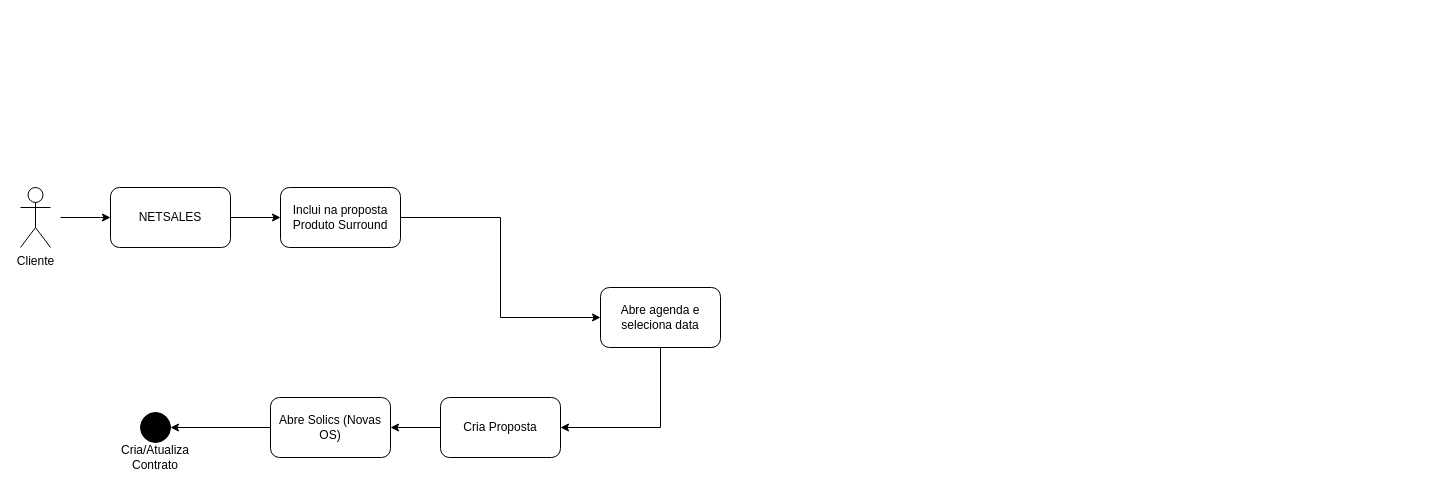
Before: page "v3" (3 of 3) of 123096 Cadastro Alto-falante Surround nos sistemas.drawio in samirali/ClaroBrasil, a draw.io diagram. Source tidied: cells renumbered, new cells numbered last; positions are measured from the earlier drawing's top-left corner, leaving out a move shared by most shapes. Both pictures are drawn from the tidied source at 100%, with x=0, y=0 at pixel (20, 187).
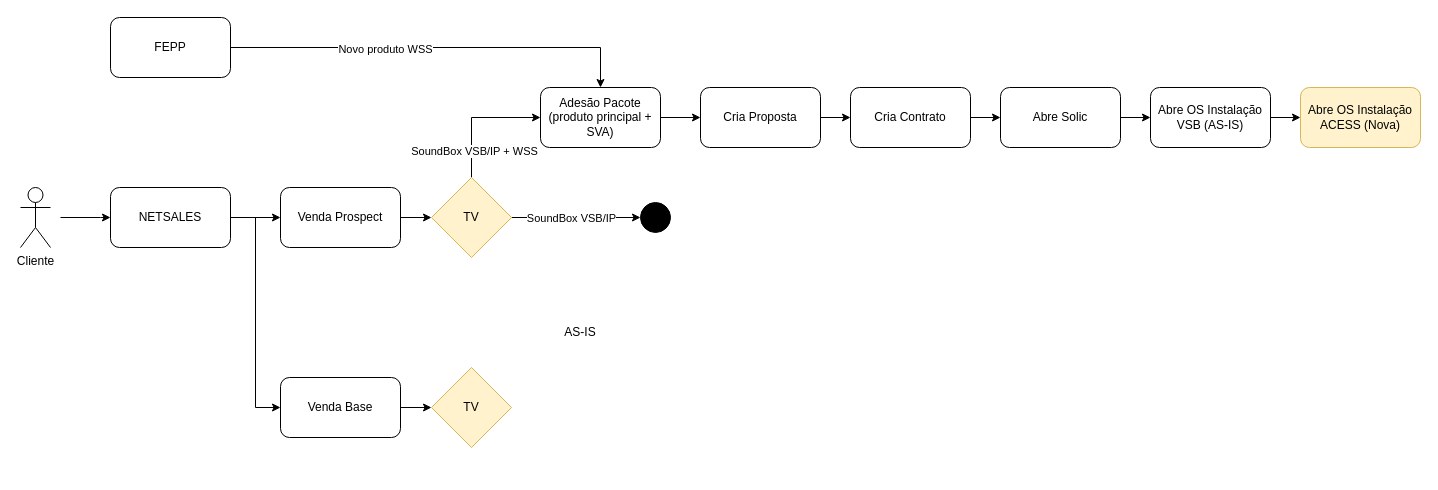
After the change.

The change refers to these unchanged cells:
```xml
<mxCell id="5" value="NETSALES" style="rounded=1;whiteSpace=wrap;html=1;" parent="1" vertex="1">
  <mxGeometry x="90" width="120" height="60" as="geometry" />
</mxCell>
```

The edit, as a diff of the source:
```diff
@@
+    <mxCell id="16" style="edgeStyle=orthogonalEdgeStyle;rounded=0;jettySize=auto;html=1;entryX=0;entryY=0.5;entryDx=0;entryDy=0;" parent="1" edge="1" source="5" target="39">
+      <mxGeometry relative="1" as="geometry" />
+    </mxCell>
@@
-    <mxCell id="6" style="edgeStyle=orthogonalEdgeStyle;rounded=0;jettySize=auto;html=1;entryX=0;entryY=0.5;entryDx=0;entryDy=0;" parent="1" edge="1" source="7" target="9">
-      <mxGeometry relative="1" as="geometry" />
-    </mxCell>
-    <mxCell id="7" value="Inclui na proposta Produto Surround" style="rounded=1;whiteSpace=wrap;html=1;" parent="1" vertex="1">
+    <mxCell id="7" value="Venda Prospect" style="rounded=1;whiteSpace=wrap;html=1;" parent="1" vertex="1">
       <mxGeometry x="260" width="120" height="60" as="geometry" />
     </mxCell>
-    <mxCell id="8" style="edgeStyle=orthogonalEdgeStyle;rounded=0;jettySize=auto;html=1;entryX=1;entryY=0.5;entryDx=0;entryDy=0;" parent="1" edge="1" source="9" target="11">
-      <mxGeometry relative="1" as="geometry">
-        <Array as="points">
-          <mxPoint x="640" y="240" />
-        </Array>
-      </mxGeometry>
-    </mxCell>
-    <mxCell id="9" value="Abre agenda e seleciona data" style="rounded=1;whiteSpace=wrap;html=1;" parent="1" vertex="1">
-      <mxGeometry x="580" y="100" width="120" height="60" as="geometry" />
-    </mxCell>
-    <mxCell id="10" style="edgeStyle=orthogonalEdgeStyle;rounded=0;jettySize=auto;html=1;entryX=1;entryY=0.5;entryDx=0;entryDy=0;" parent="1" edge="1" source="11" target="13">
-      <mxGeometry relative="1" as="geometry" />
-    </mxCell>
+    <mxCell id="17" style="edgeStyle=orthogonalEdgeStyle;rounded=0;jettySize=auto;html=1;entryX=0;entryY=0.5;entryDx=0;entryDy=0;exitX=1;exitY=0.5;exitDx=0;exitDy=0;" parent="1" edge="1" source="21" target="22">
+      <mxGeometry relative="1" as="geometry">
+        <Array as="points">
+          <mxPoint x="590" y="30" />
+          <mxPoint x="590" y="30" />
+        </Array>
+      </mxGeometry>
+    </mxCell>
+    <mxCell id="18" value="SoundBox&amp;nbsp;&lt;span style=&quot;background-color: light-dark(#ffffff, var(--ge-dark-color, #121212)); color: light-dark(rgb(0, 0, 0), rgb(255, 255, 255));&quot;&gt;VSB/IP&lt;/span&gt;" style="edgeLabel;html=1;align=center;verticalAlign=middle;" parent="17" vertex="1">
+      <mxGeometry x="-0.57" y="-2" relative="1" as="geometry">
+        <mxPoint x="31" y="-2" as="offset" />
+      </mxGeometry>
+    </mxCell>
+    <mxCell id="19" style="edgeStyle=orthogonalEdgeStyle;rounded=0;jettySize=auto;html=1;entryX=0;entryY=0.5;entryDx=0;entryDy=0;exitX=0.5;exitY=0;exitDx=0;exitDy=0;" parent="1" edge="1" source="21" target="25">
+      <mxGeometry relative="1" as="geometry" />
+    </mxCell>
+    <mxCell id="20" value="SoundBox VSB/IP + WSS" style="edgeLabel;html=1;align=center;verticalAlign=middle;" parent="19" vertex="1">
+      <mxGeometry x="-0.58" y="-2" relative="1" as="geometry" />
+    </mxCell>
+    <mxCell id="21" value="TV" style="rhombus;whiteSpace=wrap;html=1;fillColor=#fff2cc;strokeColor=#d6b656;" parent="1" vertex="1">
+      <mxGeometry x="411" y="-10" width="80" height="80" as="geometry" />
+    </mxCell>
+    <mxCell id="22" style="ellipse;whiteSpace=wrap;html=1;rounded=1;fillColor=#000000;" parent="1" vertex="1">
+      <mxGeometry x="620" y="15" width="30" height="30" as="geometry" />
+    </mxCell>
+    <mxCell id="23" value="AS-IS" style="text;html=1;align=center;verticalAlign=middle;whiteSpace=wrap;rounded=0;" parent="1" vertex="1">
+      <mxGeometry x="530" y="130" width="60" height="30" as="geometry" />
+    </mxCell>
+    <mxCell id="24" style="edgeStyle=orthogonalEdgeStyle;rounded=0;jettySize=auto;html=1;entryX=0;entryY=0.5;entryDx=0;entryDy=0;" parent="1" edge="1" source="25" target="11">
+      <mxGeometry relative="1" as="geometry" />
+    </mxCell>
+    <mxCell id="25" value="Adesão Pacote (produto principal + SVA)" style="rounded=1;whiteSpace=wrap;html=1;" parent="1" vertex="1">
+      <mxGeometry x="520" y="-100" width="120" height="60" as="geometry" />
+    </mxCell>
+    <mxCell id="26" style="edgeStyle=orthogonalEdgeStyle;rounded=0;jettySize=auto;html=1;entryX=0;entryY=0.5;entryDx=0;entryDy=0;" parent="1" edge="1" source="7" target="21">
+      <mxGeometry relative="1" as="geometry" />
+    </mxCell>
+    <mxCell id="27" style="edgeStyle=orthogonalEdgeStyle;rounded=0;jettySize=auto;html=1;entryX=0;entryY=0.5;entryDx=0;entryDy=0;" parent="1" edge="1" source="11" target="29">
+      <mxGeometry relative="1" as="geometry" />
+    </mxCell>
     <mxCell id="11" value="Cria Proposta" style="rounded=1;whiteSpace=wrap;html=1;" parent="1" vertex="1">
-      <mxGeometry x="420" y="210" width="120" height="60" as="geometry" />
+      <mxGeometry x="680" y="-100" width="120" height="60" as="geometry" />
     </mxCell>
-    <mxCell id="12" style="edgeStyle=orthogonalEdgeStyle;rounded=0;jettySize=auto;html=1;" parent="1" edge="1" source="13" target="14">
-      <mxGeometry relative="1" as="geometry" />
-    </mxCell>
-    <mxCell id="13" value="Abre Solics (Novas OS)" style="rounded=1;whiteSpace=wrap;html=1;" parent="1" vertex="1">
-      <mxGeometry x="250" y="210" width="120" height="60" as="geometry" />
-    </mxCell>
-    <mxCell id="14" style="ellipse;whiteSpace=wrap;html=1;rounded=1;fillColor=#000000;" parent="1" vertex="1">
-      <mxGeometry x="120" y="225" width="30" height="30" as="geometry" />
-    </mxCell>
-    <mxCell id="15" value="Cria/Atualiza Contrato" style="text;html=1;align=center;verticalAlign=middle;whiteSpace=wrap;rounded=0;" parent="1" vertex="1">
-      <mxGeometry x="105" y="255" width="60" height="30" as="geometry" />
-    </mxCell>
+    <mxCell id="28" style="edgeStyle=orthogonalEdgeStyle;rounded=0;jettySize=auto;html=1;entryX=0;entryY=0.5;entryDx=0;entryDy=0;" parent="1" edge="1" source="29" target="31">
+      <mxGeometry relative="1" as="geometry" />
+    </mxCell>
+    <mxCell id="29" value="Cria Contrato" style="rounded=1;whiteSpace=wrap;html=1;" parent="1" vertex="1">
+      <mxGeometry x="830" y="-100" width="120" height="60" as="geometry" />
+    </mxCell>
+    <mxCell id="30" style="edgeStyle=orthogonalEdgeStyle;rounded=0;jettySize=auto;html=1;entryX=0;entryY=0.5;entryDx=0;entryDy=0;" parent="1" edge="1" source="31" target="33">
+      <mxGeometry relative="1" as="geometry" />
+    </mxCell>
+    <mxCell id="31" value="Abre Solic" style="rounded=1;whiteSpace=wrap;html=1;" parent="1" vertex="1">
+      <mxGeometry x="980" y="-100" width="120" height="60" as="geometry" />
+    </mxCell>
+    <mxCell id="32" style="edgeStyle=orthogonalEdgeStyle;rounded=0;jettySize=auto;html=1;entryX=0;entryY=0.5;entryDx=0;entryDy=0;" parent="1" edge="1" source="33" target="34">
+      <mxGeometry relative="1" as="geometry" />
+    </mxCell>
+    <mxCell id="33" value="Abre OS Instalação VSB (AS-IS)" style="rounded=1;whiteSpace=wrap;html=1;" parent="1" vertex="1">
+      <mxGeometry x="1130" y="-100" width="120" height="60" as="geometry" />
+    </mxCell>
+    <mxCell id="34" value="Abre OS Instalação ACESS (Nova)" style="rounded=1;whiteSpace=wrap;html=1;fillColor=#fff2cc;strokeColor=#d6b656;" parent="1" vertex="1">
+      <mxGeometry x="1280" y="-100" width="120" height="60" as="geometry" />
+    </mxCell>
+    <mxCell id="35" style="edgeStyle=orthogonalEdgeStyle;rounded=0;jettySize=auto;html=1;" parent="1" edge="1" source="37" target="25">
+      <mxGeometry relative="1" as="geometry" />
+    </mxCell>
+    <mxCell id="36" value="Novo produto WSS" style="edgeLabel;html=1;align=center;verticalAlign=middle;" parent="35" vertex="1">
+      <mxGeometry x="-0.25" y="-1" relative="1" as="geometry" />
+    </mxCell>
+    <mxCell id="37" value="FEPP" style="rounded=1;whiteSpace=wrap;html=1;" parent="1" vertex="1">
+      <mxGeometry x="90" y="-170" width="120" height="60" as="geometry" />
+    </mxCell>
+    <mxCell id="38" style="edgeStyle=orthogonalEdgeStyle;rounded=0;jettySize=auto;html=1;entryX=0;entryY=0.5;entryDx=0;entryDy=0;" parent="1" edge="1" source="39" target="40">
+      <mxGeometry relative="1" as="geometry" />
+    </mxCell>
+    <mxCell id="39" value="Venda Base" style="rounded=1;whiteSpace=wrap;html=1;" parent="1" vertex="1">
+      <mxGeometry x="260" y="190" width="120" height="60" as="geometry" />
+    </mxCell>
+    <mxCell id="40" value="TV" style="rhombus;whiteSpace=wrap;html=1;fillColor=#fff2cc;strokeColor=#d6b656;" parent="1" vertex="1">
+      <mxGeometry x="411" y="180" width="80" height="80" as="geometry" />
+    </mxCell>
```
